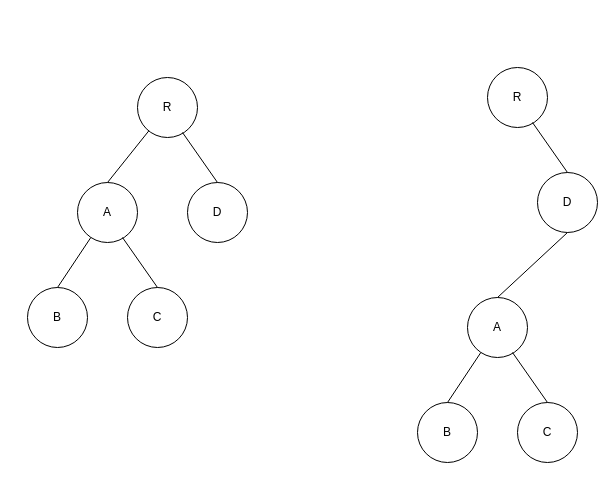
Above: 整体移动DIff.drawio in yuxinyu12345/diagrams (draw.io), before the change. Source tidied: cells renumbered, new cells numbered last; positions are measured from the earlier drawing's top-left corner, leaving out a move shared by most shapes. Both pictures are drawn from the tidied source at 100%, with x=0, y=0 at pixel (27, 67).
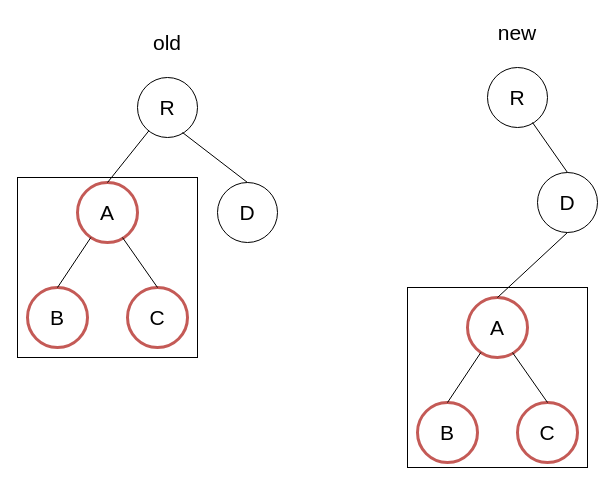
The same diagram, later.

Commit message (it also covers changes not shown here):
更新整体移动DIff.drawio

Diff of the diagram source:
```diff
@@
+    <mxCell id="20" style="rounded=0;whiteSpace=wrap;html=1;fontSize=21;" parent="1" vertex="1">
+      <mxGeometry x="-10" y="110" width="180" height="180" as="geometry" />
+    </mxCell>
-    <mxCell id="2" value="R" style="ellipse;whiteSpace=wrap;html=1;" parent="1" vertex="1">
+    <mxCell id="2" value="R" style="ellipse;whiteSpace=wrap;html=1;fontSize=21;" parent="1" vertex="1">
       <mxGeometry x="110" y="10" width="60" height="60" as="geometry" />
     </mxCell>
-    <mxCell id="3" value="A" style="ellipse;whiteSpace=wrap;html=1;" parent="1" vertex="1">
+    <mxCell id="3" value="A" style="ellipse;whiteSpace=wrap;html=1;strokeColor=#C45A56;strokeWidth=3;fontSize=21;" parent="1" vertex="1">
       <mxGeometry x="50" y="115" width="60" height="60" as="geometry" />
     </mxCell>
-    <mxCell id="4" value="D" style="ellipse;whiteSpace=wrap;html=1;" parent="1" vertex="1">
-      <mxGeometry x="160" y="115" width="60" height="60" as="geometry" />
+    <mxCell id="4" value="D" style="ellipse;whiteSpace=wrap;html=1;fontSize=21;" parent="1" vertex="1">
+      <mxGeometry x="190" y="115" width="60" height="60" as="geometry" />
     </mxCell>
-    <mxCell id="5" value="B" style="ellipse;whiteSpace=wrap;html=1;" parent="1" vertex="1">
+    <mxCell id="5" value="B" style="ellipse;whiteSpace=wrap;html=1;strokeColor=#C45A56;strokeWidth=3;fontSize=21;" parent="1" vertex="1">
       <mxGeometry y="220" width="60" height="60" as="geometry" />
     </mxCell>
-    <mxCell id="6" value="C" style="ellipse;whiteSpace=wrap;html=1;" parent="1" vertex="1">
+    <mxCell id="6" value="C" style="ellipse;whiteSpace=wrap;html=1;strokeColor=#C45A56;strokeWidth=3;fontSize=21;" parent="1" vertex="1">
       <mxGeometry x="100" y="220" width="60" height="60" as="geometry" />
     </mxCell>
-    <mxCell id="7" style="endArrow=none;html=1;rounded=0;exitX=0.5;exitY=0;exitDx=0;exitDy=0;" parent="1" edge="1" source="3" target="2">
+    <mxCell id="7" style="endArrow=none;html=1;rounded=0;exitX=0.5;exitY=0;exitDx=0;exitDy=0;fontSize=21;" parent="1" edge="1" source="3" target="2">
       <mxGeometry relative="1" as="geometry" />
     </mxCell>
-    <mxCell id="8" style="endArrow=none;html=1;rounded=0;exitX=0.5;exitY=0;exitDx=0;exitDy=0;entryX=0.75;entryY=0.917;entryDx=0;entryDy=0;entryPerimeter=0;" parent="1" edge="1" source="4" target="2">
+    <mxCell id="8" style="endArrow=none;html=1;rounded=0;exitX=0.5;exitY=0;exitDx=0;exitDy=0;entryX=0.75;entryY=0.917;entryDx=0;entryDy=0;entryPerimeter=0;fontSize=21;" parent="1" edge="1" source="4" target="2">
       <mxGeometry relative="1" as="geometry" />
     </mxCell>
-    <mxCell id="9" style="endArrow=none;html=1;rounded=0;entryX=0.5;entryY=0;entryDx=0;entryDy=0;" parent="1" edge="1" source="3" target="5">
+    <mxCell id="9" style="endArrow=none;html=1;rounded=0;entryX=0.5;entryY=0;entryDx=0;entryDy=0;fontSize=21;" parent="1" edge="1" source="3" target="5">
       <mxGeometry relative="1" as="geometry" />
     </mxCell>
-    <mxCell id="10" style="endArrow=none;html=1;rounded=0;entryX=0.5;entryY=0;entryDx=0;entryDy=0;exitX=0.75;exitY=0.917;exitDx=0;exitDy=0;exitPerimeter=0;" parent="1" edge="1" source="3" target="6">
+    <mxCell id="10" style="endArrow=none;html=1;rounded=0;entryX=0.5;entryY=0;entryDx=0;entryDy=0;exitX=0.75;exitY=0.917;exitDx=0;exitDy=0;exitPerimeter=0;fontSize=21;" parent="1" edge="1" source="3" target="6">
       <mxGeometry relative="1" as="geometry" />
     </mxCell>
-    <mxCell id="11" value="R" style="ellipse;whiteSpace=wrap;html=1;" parent="1" vertex="1">
+    <mxCell id="11" value="R" style="ellipse;whiteSpace=wrap;html=1;fontSize=21;" parent="1" vertex="1">
       <mxGeometry x="460" width="60" height="60" as="geometry" />
     </mxCell>
+    <mxCell id="21" style="rounded=0;whiteSpace=wrap;html=1;fontSize=21;" parent="1" vertex="1">
+      <mxGeometry x="380" y="220" width="180" height="180" as="geometry" />
+    </mxCell>
-    <mxCell id="12" value="A" style="ellipse;whiteSpace=wrap;html=1;" parent="1" vertex="1">
+    <mxCell id="12" value="A" style="ellipse;whiteSpace=wrap;html=1;strokeColor=#C45A56;strokeWidth=3;fontSize=21;" parent="1" vertex="1">
       <mxGeometry x="440" y="230" width="60" height="60" as="geometry" />
     </mxCell>
-    <mxCell id="13" value="D" style="ellipse;whiteSpace=wrap;html=1;" parent="1" vertex="1">
+    <mxCell id="13" value="D" style="ellipse;whiteSpace=wrap;html=1;fontSize=21;" parent="1" vertex="1">
       <mxGeometry x="510" y="105" width="60" height="60" as="geometry" />
     </mxCell>
-    <mxCell id="14" value="B" style="ellipse;whiteSpace=wrap;html=1;" parent="1" vertex="1">
+    <mxCell id="14" value="B" style="ellipse;whiteSpace=wrap;html=1;strokeColor=#C45A56;strokeWidth=3;fontSize=21;" parent="1" vertex="1">
       <mxGeometry x="390" y="335" width="60" height="60" as="geometry" />
     </mxCell>
-    <mxCell id="15" value="C" style="ellipse;whiteSpace=wrap;html=1;" parent="1" vertex="1">
+    <mxCell id="15" value="C" style="ellipse;whiteSpace=wrap;html=1;strokeColor=#C45A56;strokeWidth=3;fontSize=21;" parent="1" vertex="1">
       <mxGeometry x="490" y="335" width="60" height="60" as="geometry" />
     </mxCell>
-    <mxCell id="16" style="endArrow=none;html=1;rounded=0;exitX=0.5;exitY=0;exitDx=0;exitDy=0;entryX=0.5;entryY=1;entryDx=0;entryDy=0;" parent="1" edge="1" source="12" target="13">
+    <mxCell id="16" style="endArrow=none;html=1;rounded=0;exitX=0.5;exitY=0;exitDx=0;exitDy=0;entryX=0.5;entryY=1;entryDx=0;entryDy=0;fontSize=21;" parent="1" edge="1" source="12" target="13">
       <mxGeometry relative="1" as="geometry" />
     </mxCell>
-    <mxCell id="17" style="endArrow=none;html=1;rounded=0;exitX=0.5;exitY=0;exitDx=0;exitDy=0;entryX=0.75;entryY=0.917;entryDx=0;entryDy=0;entryPerimeter=0;" parent="1" edge="1" source="13" target="11">
+    <mxCell id="17" style="endArrow=none;html=1;rounded=0;exitX=0.5;exitY=0;exitDx=0;exitDy=0;entryX=0.75;entryY=0.917;entryDx=0;entryDy=0;entryPerimeter=0;fontSize=21;" parent="1" edge="1" source="13" target="11">
       <mxGeometry relative="1" as="geometry" />
     </mxCell>
-    <mxCell id="18" style="endArrow=none;html=1;rounded=0;entryX=0.5;entryY=0;entryDx=0;entryDy=0;" parent="1" edge="1" source="12" target="14">
+    <mxCell id="18" style="endArrow=none;html=1;rounded=0;entryX=0.5;entryY=0;entryDx=0;entryDy=0;fontSize=21;" parent="1" edge="1" source="12" target="14">
       <mxGeometry relative="1" as="geometry" />
     </mxCell>
-    <mxCell id="19" style="endArrow=none;html=1;rounded=0;entryX=0.5;entryY=0;entryDx=0;entryDy=0;exitX=0.75;exitY=0.917;exitDx=0;exitDy=0;exitPerimeter=0;" parent="1" edge="1" source="12" target="15">
+    <mxCell id="19" style="endArrow=none;html=1;rounded=0;entryX=0.5;entryY=0;entryDx=0;entryDy=0;exitX=0.75;exitY=0.917;exitDx=0;exitDy=0;exitPerimeter=0;fontSize=21;" parent="1" edge="1" source="12" target="15">
       <mxGeometry relative="1" as="geometry" />
     </mxCell>
+    <mxCell id="22" value="old" style="text;html=1;align=center;verticalAlign=middle;whiteSpace=wrap;rounded=0;fontSize=21;" parent="1" vertex="1">
+      <mxGeometry x="110" y="-40" width="60" height="30" as="geometry" />
+    </mxCell>
+    <mxCell id="23" value="new" style="text;html=1;align=center;verticalAlign=middle;whiteSpace=wrap;rounded=0;fontSize=21;" parent="1" vertex="1">
+      <mxGeometry x="460" y="-50" width="60" height="30" as="geometry" />
+    </mxCell>
```
